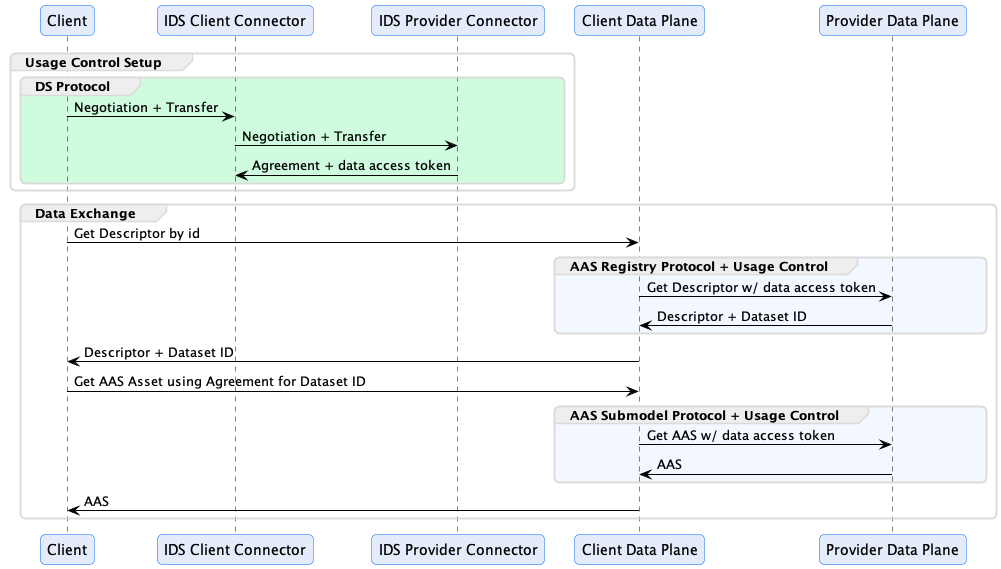
Above: ids.aas.protocols.dataplane.png in Metaform/edc-aas (PlantUML), before the change.
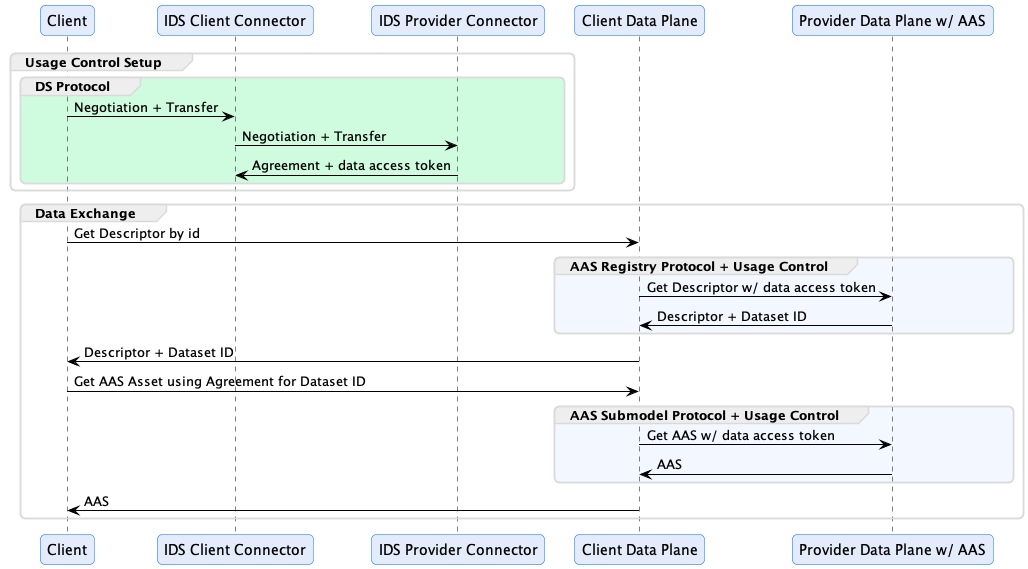
The same diagram one commit later.

Diff of the diagram source:
```diff
@@ -7,7 +7,7 @@
 participant "IDS Client Connector" as CCONN
 participant "IDS Provider Connector" as PCONN
 participant "Client Data Plane" as CPLANE
-participant "Provider Data Plane" as PPLANE
+participant "Provider Data Plane w/ AAS" as PPLANE
 
 group Usage Control Setup
 group #CFFBDE DS Protocol
```
